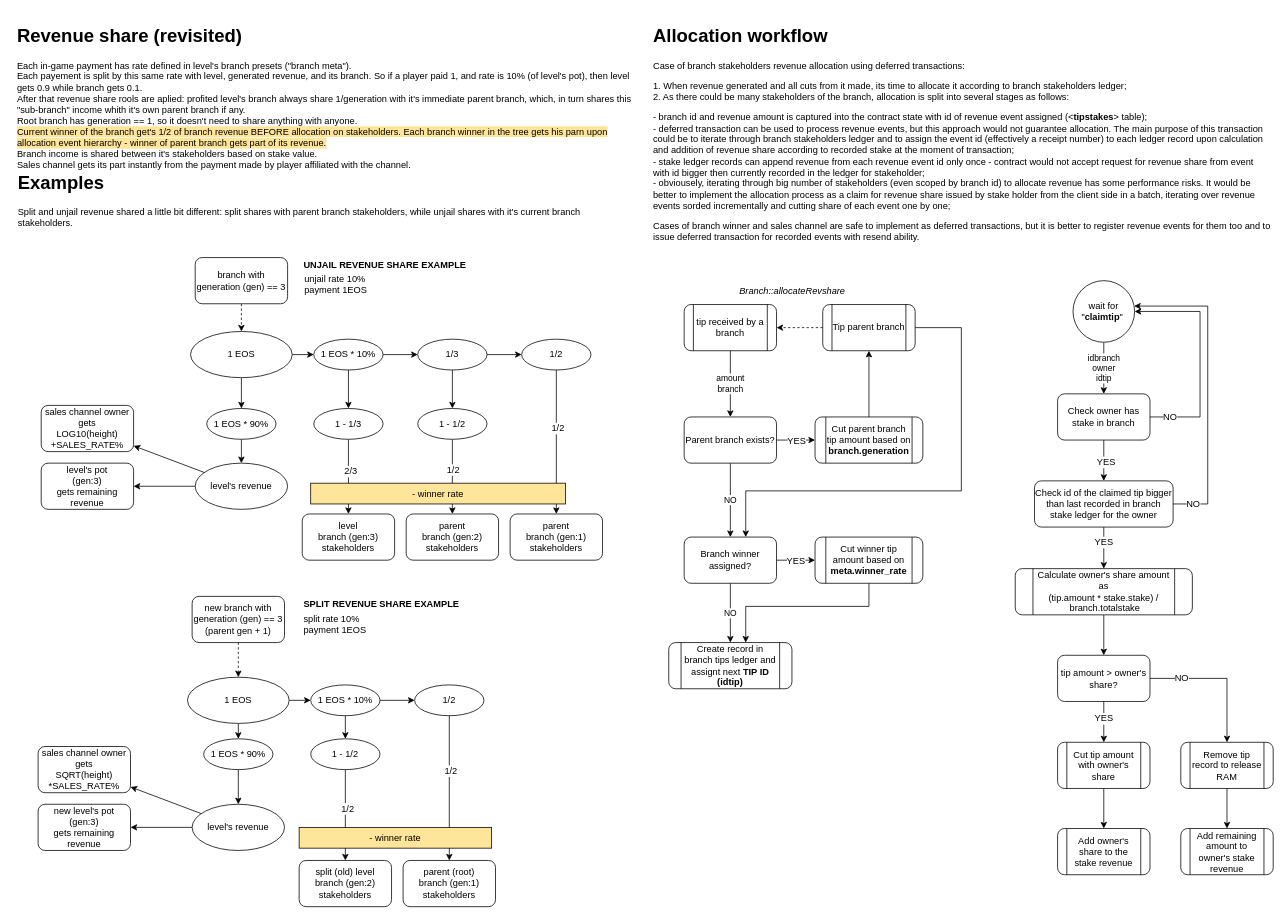
cptn-solo/woffler_contract keeps this draw.io diagram as page "revenue share" (12 of 14) of ia/WOFFLER IA.drawio. Above is the earlier version. Source tidied: cells renumbered, new cells numbered last; positions are measured from the earlier drawing's top-left corner, leaving out a move shared by most shapes. Both pictures are drawn from the tidied source at 77%, with x=0, y=0 at pixel (12, 21).
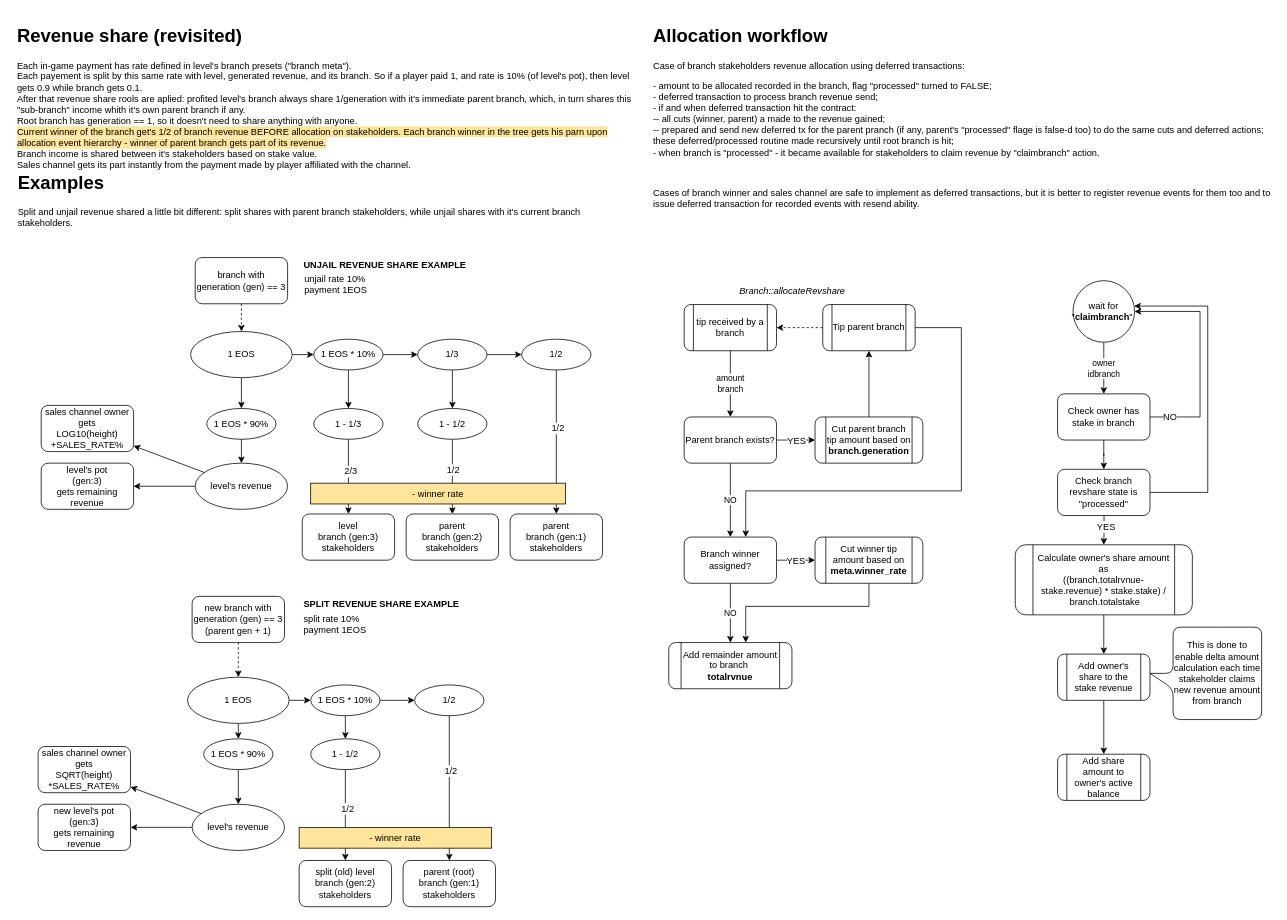
The same page after the edit.

Commit message (it also covers changes not shown here):
#50 Implement deferred transactions queueing: wip, tip queue redundant, can be merged with branch itself;

The change refers to these unchanged cells:
```xml
<mxCell id="68" value="Check owner has stake in branch" style="rounded=1;whiteSpace=wrap;html=1;" parent="1" vertex="1">
  <mxGeometry x="1357" y="484" width="120" height="60" as="geometry" />
</mxCell>
```

The edit, as a diff of the source:
```diff
@@
-    <mxCell id="63" value="&lt;h1&gt;Allocation workflow&lt;/h1&gt;&lt;p&gt;Case of branch stakeholders revenue allocation using deferred transactions:&lt;/p&gt;&lt;p&gt;1. When revenue generated and all cuts from it made, its time to allocate it according to branch stakeholders ledger;&lt;br&gt;&lt;span&gt;2. As there could be many stakeholders of the branch, allocation is split into several stages as follows:&lt;/span&gt;&lt;/p&gt;&lt;p&gt;- branch id and revenue amount is captured into the contract state with id of revenue event assigned (&amp;lt;&lt;b&gt;tipstakes&lt;/b&gt;&amp;gt; table);&amp;nbsp;&lt;br&gt;&lt;span&gt;- deferred transaction can be used to process revenue events, but this approach would not guarantee allocation. The main purpose of this transaction could be to iterate through branch stakeholders ledger and to assign the event id (effectively a receipt number) to each ledger record upon calculation and addition of revenue share according to recorded stake at the moment of transaction;&lt;br&gt;- stake ledger records can append revenue from each revenue event id only once - contract would not accept request for revenue share from event with id bigger then currently recorded in the ledger for stakeholder;&lt;br&gt;- obviousely, iterating through big number of stakeholders (even scoped by branch id) to allocate revenue has some performance risks. It would be better to implement the allocation process as a claim for revenue share issued by stake holder from the client side in a batch, iterating over revenue events sorded incrementally and cutting share of each event one by one;&amp;nbsp;&lt;/span&gt;&lt;/p&gt;&lt;p&gt;&lt;span&gt;Cases of branch winner and sales channel are safe to implement as deferred transactions, but it is better to register revenue events for them too and to issue deferred transaction for recorded events with resend ability.&lt;/span&gt;&lt;/p&gt;" style="text;html=1;strokeColor=none;fillColor=none;spacing=5;spacingTop=-20;whiteSpace=wrap;overflow=hidden;rounded=0;" parent="1" vertex="1">
+    <mxCell id="63" value="&lt;h1&gt;Allocation workflow&lt;/h1&gt;&lt;p&gt;Case of branch stakeholders revenue allocation using deferred transactions:&lt;/p&gt;&lt;p&gt;&lt;span&gt;- amount to be allocated recorded in the branch, flag &quot;processed&quot; turned to FALSE;&lt;br&gt;&lt;/span&gt;- deferred transaction to process branch revenue send;&lt;br&gt;- if and when deferred transaction hit the contract:&lt;br&gt;-- all cuts (winner, parent) a made to the revenue gained;&lt;br&gt;-- prepared and send new deferred tx for the parent pranch (if any, parent's &quot;processed&quot; flage is false-d too) to do the same cuts and deferred actions; these deferred/processed routine made recursively until root branch is hit;&lt;br&gt;- when branch is &quot;processed&quot; - it became available for stakeholders to claim revenue by &quot;claimbranch&quot; action.&lt;/p&gt;&lt;p&gt;&lt;span&gt;&lt;br&gt;&lt;/span&gt;&lt;/p&gt;&lt;p&gt;&lt;span&gt;Cases of branch winner and sales channel are safe to implement as deferred transactions, but it is better to register revenue events for them too and to issue deferred transaction for recorded events with resend ability.&lt;/span&gt;&lt;br&gt;&lt;/p&gt;" style="text;html=1;strokeColor=none;fillColor=none;spacing=5;spacingTop=-20;whiteSpace=wrap;overflow=hidden;rounded=0;" parent="1" vertex="1">
       <mxGeometry x="827" width="810" height="290" as="geometry" />
     </mxCell>
-    <mxCell id="64" style="edgeStyle=orthogonalEdgeStyle;rounded=0;jettySize=auto;html=1;" parent="1" edge="1" source="68" target="73">
-      <mxGeometry relative="1" as="geometry" />
+    <mxCell id="64" style="edgeStyle=orthogonalEdgeStyle;rounded=0;jettySize=auto;html=1;" parent="1" edge="1" target="95">
+      <mxGeometry relative="1" as="geometry">
+        <mxPoint x="1417" y="630" as="sourcePoint" />
+      </mxGeometry>
     </mxCell>
@@
+    <mxCell id="109" style="edgeStyle=orthogonalEdgeStyle;rounded=0;jettySize=auto;html=1;" parent="1" edge="1" source="68" target="112">
+      <mxGeometry relative="1" as="geometry" />
+    </mxCell>
@@
-    <mxCell id="69" style="edgeStyle=orthogonalEdgeStyle;rounded=0;jettySize=auto;html=1;" parent="1" edge="1" source="73" target="95">
-      <mxGeometry relative="1" as="geometry" />
-    </mxCell>
-    <mxCell id="70" value="YES" style="text;html=1;align=center;verticalAlign=middle;labelBackgroundColor=#ffffff;" parent="69" vertex="1">
-      <mxGeometry x="-0.3" y="-1" relative="1" as="geometry" />
-    </mxCell>
-    <mxCell id="71" style="edgeStyle=orthogonalEdgeStyle;rounded=0;jettySize=auto;html=1;" parent="1" edge="1" source="73" target="75">
-      <mxGeometry relative="1" as="geometry">
-        <Array as="points">
-          <mxPoint x="1552" y="627" />
-          <mxPoint x="1552" y="370" />
-        </Array>
-      </mxGeometry>
-    </mxCell>
-    <mxCell id="72" value="NO" style="text;html=1;align=center;verticalAlign=middle;labelBackgroundColor=#ffffff;" parent="71" vertex="1">
-      <mxGeometry x="-0.88" y="-2" relative="1" as="geometry">
-        <mxPoint x="1" y="-2" as="offset" />
-      </mxGeometry>
-    </mxCell>
-    <mxCell id="73" value="Check id of the claimed tip bigger than last recorded in branch stake ledger for the owner" style="rounded=1;whiteSpace=wrap;html=1;" parent="1" vertex="1">
-      <mxGeometry x="1327" y="597" width="180" height="60" as="geometry" />
-    </mxCell>
-    <mxCell id="74" value="idbranch&lt;br&gt;owner&lt;br&gt;idtip&lt;br&gt;" style="edgeStyle=orthogonalEdgeStyle;rounded=0;jettySize=auto;html=1;" parent="1" edge="1" source="75" target="68">
+    <mxCell id="74" value="owner&lt;br&gt;idbranch&lt;br&gt;" style="edgeStyle=orthogonalEdgeStyle;rounded=0;jettySize=auto;html=1;" parent="1" edge="1" source="75" target="68">
       <mxGeometry relative="1" as="geometry" />
     </mxCell>
-    <mxCell id="75" value="wait for&lt;br&gt;&quot;&lt;span&gt;&lt;b&gt;claimtip&lt;/b&gt;&lt;/span&gt;&lt;span&gt;&quot;&amp;nbsp;&lt;/span&gt;&lt;br&gt;" style="ellipse;whiteSpace=wrap;html=1;" parent="1" vertex="1">
+    <mxCell id="75" value="wait for&lt;br&gt;&quot;&lt;span&gt;&lt;b&gt;claimbranch&lt;/b&gt;&lt;/span&gt;&lt;span&gt;&quot;&amp;nbsp;&lt;/span&gt;&lt;br&gt;" style="ellipse;whiteSpace=wrap;html=1;" parent="1" vertex="1">
       <mxGeometry x="1377" y="337" width="80" height="80" as="geometry" />
     </mxCell>
@@
     <mxCell id="77" value="&lt;span&gt;Add owner's share to the stake revenue&lt;/span&gt;" style="shape=process;whiteSpace=wrap;html=1;backgroundOutline=1;rounded=1;" parent="1" vertex="1">
-      <mxGeometry x="1357" y="1048.5" width="120" height="60" as="geometry" />
+      <mxGeometry x="1357" y="822" width="120" height="60" as="geometry" />
     </mxCell>
-    <mxCell id="78" style="edgeStyle=orthogonalEdgeStyle;rounded=0;jettySize=auto;html=1;" parent="1" edge="1" source="85" target="81">
+    <mxCell id="78" style="edgeStyle=orthogonalEdgeStyle;rounded=0;jettySize=auto;html=1;" parent="1" edge="1" source="77" target="81">
       <mxGeometry relative="1" as="geometry" />
     </mxCell>
-    <mxCell id="79" style="edgeStyle=orthogonalEdgeStyle;rounded=0;jettySize=auto;html=1;" parent="1" edge="1" source="82" target="77">
-      <mxGeometry relative="1" as="geometry" />
-    </mxCell>
-    <mxCell id="80" value="tip amount &amp;gt; owner's share?" style="rounded=1;whiteSpace=wrap;html=1;" parent="1" vertex="1">
-      <mxGeometry x="1357" y="823.5" width="120" height="60" as="geometry" />
-    </mxCell>
-    <mxCell id="81" value="Add remaining amount to owner's stake revenue" style="shape=process;whiteSpace=wrap;html=1;backgroundOutline=1;rounded=1;" parent="1" vertex="1">
-      <mxGeometry x="1517" y="1048.5" width="120" height="60" as="geometry" />
+    <mxCell id="81" value="Add share amount to owner's active balance" style="shape=process;whiteSpace=wrap;html=1;backgroundOutline=1;rounded=1;" parent="1" vertex="1">
+      <mxGeometry x="1357" y="952" width="120" height="60" as="geometry" />
     </mxCell>
-    <mxCell id="82" value="Cut tip amount with owner's share" style="shape=process;whiteSpace=wrap;html=1;backgroundOutline=1;rounded=1;" parent="1" vertex="1">
-      <mxGeometry x="1357" y="936.5" width="120" height="60" as="geometry" />
-    </mxCell>
-    <mxCell id="83" style="edgeStyle=orthogonalEdgeStyle;rounded=0;jettySize=auto;html=1;" parent="1" edge="1" source="80" target="82">
-      <mxGeometry relative="1" as="geometry" />
-    </mxCell>
-    <mxCell id="84" value="YES" style="text;html=1;align=center;verticalAlign=middle;labelBackgroundColor=#ffffff;" parent="83" vertex="1">
-      <mxGeometry x="-0.17" y="-1" relative="1" as="geometry" />
-    </mxCell>
-    <mxCell id="85" value="Remove tip record to release RAM" style="shape=process;whiteSpace=wrap;html=1;backgroundOutline=1;rounded=1;" parent="1" vertex="1">
-      <mxGeometry x="1517" y="936.5" width="120" height="60" as="geometry" />
-    </mxCell>
-    <mxCell id="86" style="edgeStyle=orthogonalEdgeStyle;rounded=0;jettySize=auto;html=1;" parent="1" edge="1" source="80" target="85">
-      <mxGeometry relative="1" as="geometry" />
-    </mxCell>
-    <mxCell id="87" value="NO" style="text;html=1;align=center;verticalAlign=middle;labelBackgroundColor=#ffffff;" parent="86" vertex="1">
-      <mxGeometry x="-0.56" relative="1" as="geometry" />
-    </mxCell>
@@
-    <mxCell id="94" style="edgeStyle=orthogonalEdgeStyle;rounded=0;jettySize=auto;html=1;" parent="1" edge="1" source="95" target="80">
+    <mxCell id="94" style="edgeStyle=orthogonalEdgeStyle;rounded=0;jettySize=auto;html=1;" parent="1" edge="1" source="95" target="77">
       <mxGeometry relative="1" as="geometry" />
     </mxCell>
-    <mxCell id="95" value="Calculate owner's share amount as &lt;br&gt;(tip.amount * stake.stake) /&lt;br&gt;&amp;nbsp;branch.totalstake" style="shape=process;whiteSpace=wrap;html=1;backgroundOutline=1;rounded=1;" parent="1" vertex="1">
-      <mxGeometry x="1302" y="711" width="230" height="60" as="geometry" />
+    <mxCell id="95" value="Calculate owner's share amount as &lt;br&gt;((branch.totalrvnue-stake.revenue) * stake.stake) /&lt;br&gt;&amp;nbsp;branch.totalstake" style="shape=process;whiteSpace=wrap;html=1;backgroundOutline=1;rounded=1;" parent="1" vertex="1">
+      <mxGeometry x="1302" y="680" width="230" height="91" as="geometry" />
     </mxCell>
@@
-    <mxCell id="108" value="Create record in branch tips ledger and assignt next &lt;b&gt;TIP ID (idtip)&lt;/b&gt;" style="shape=process;whiteSpace=wrap;html=1;backgroundOutline=1;rounded=1;" parent="1" vertex="1">
+    <mxCell id="108" value="Add remainder amount to branch&amp;nbsp;&lt;br&gt;&lt;span&gt;&lt;b&gt;totalrvnue&lt;/b&gt;&lt;/span&gt;" style="shape=process;whiteSpace=wrap;html=1;backgroundOutline=1;rounded=1;" parent="1" vertex="1">
       <mxGeometry x="852" y="807" width="160" height="60" as="geometry" />
     </mxCell>
+    <mxCell id="110" value="This is done to enable delta amount calculation each time stakeholder claims new revenue amount from branch" style="shape=callout;whiteSpace=wrap;html=1;perimeter=calloutPerimeter;rounded=1;direction=south;" parent="1" vertex="1">
+      <mxGeometry x="1477" y="787" width="145" height="120" as="geometry" />
+    </mxCell>
+    <mxCell id="111" style="edgeStyle=orthogonalEdgeStyle;rounded=0;jettySize=auto;html=1;" parent="1" edge="1" source="112" target="75">
+      <mxGeometry relative="1" as="geometry">
+        <Array as="points">
+          <mxPoint x="1552" y="612" />
+          <mxPoint x="1552" y="370" />
+        </Array>
+      </mxGeometry>
+    </mxCell>
+    <mxCell id="112" value="Check branch revshare state is &quot;processed&quot;" style="rounded=1;whiteSpace=wrap;html=1;" parent="1" vertex="1">
+      <mxGeometry x="1357" y="582" width="120" height="60" as="geometry" />
+    </mxCell>
```
